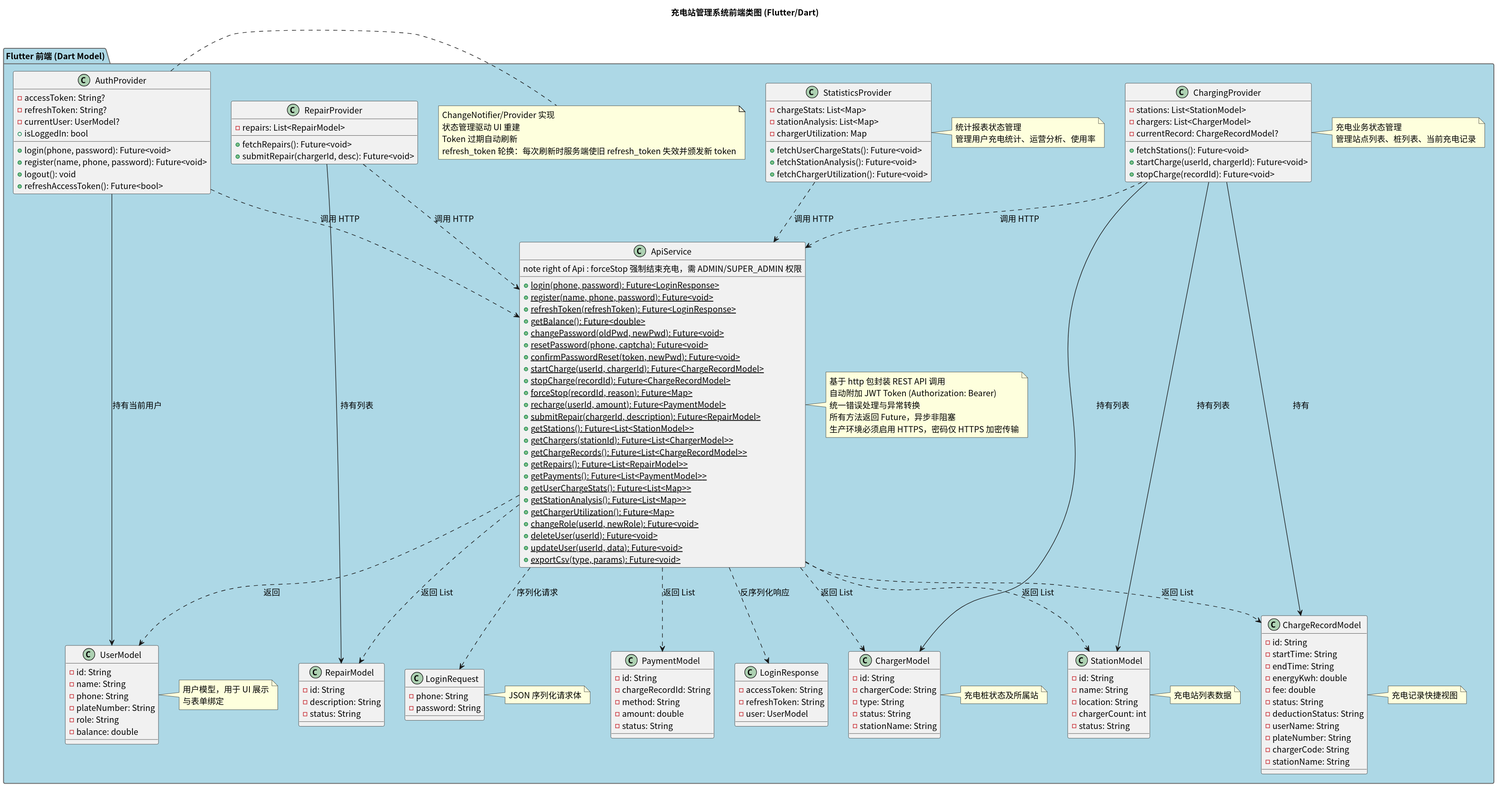
greenhandzdl/charging-station-doc keeps this PlantUML diagram as class/img/frontend_class_diagram.svg. Above is the earlier version.
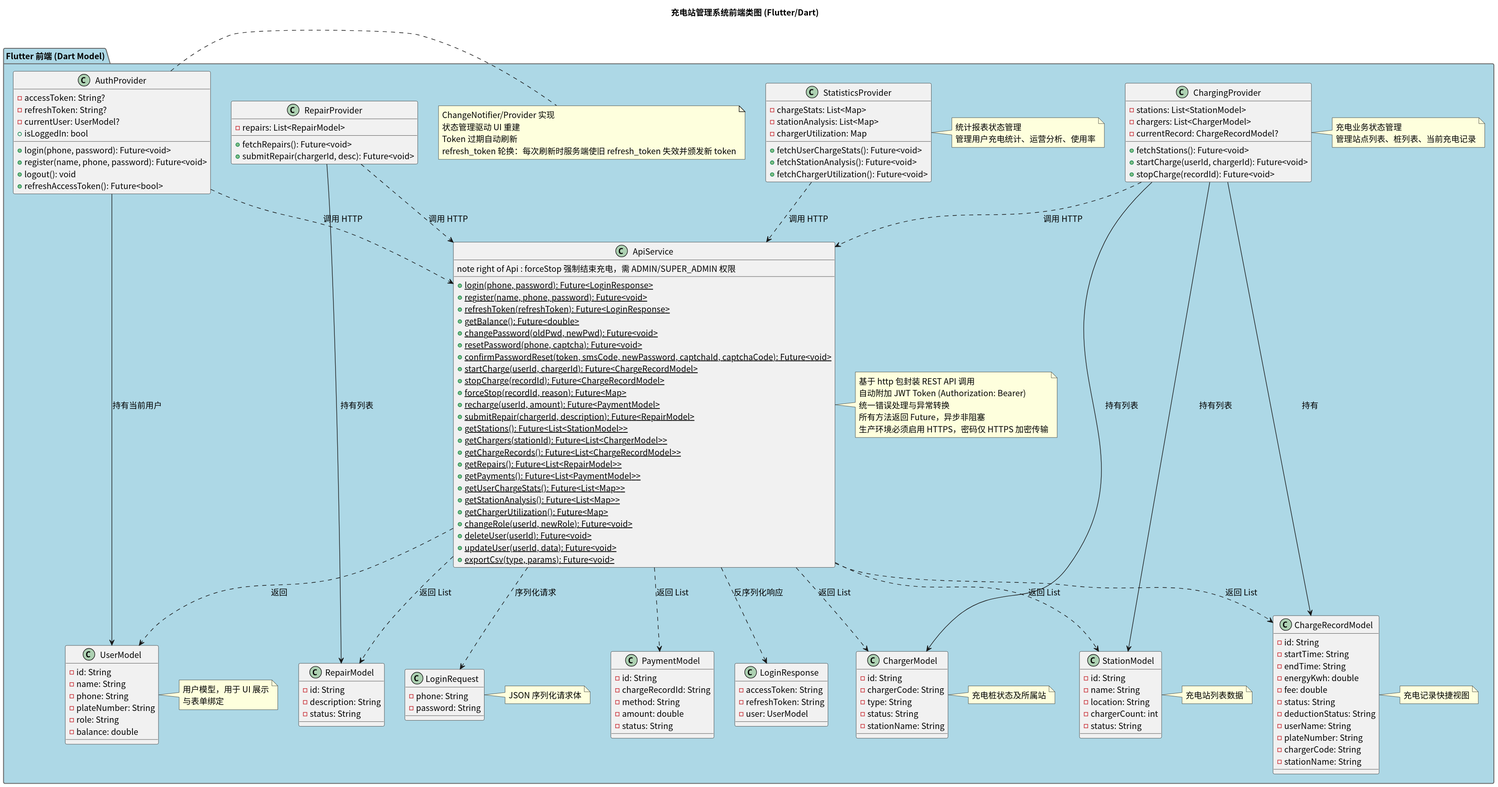
Later version of the same file.

The edit, as a diff of the source:
```diff
@@ -85,7 +85,7 @@
     + {static} getBalance(): Future<double>
     + {static} changePassword(oldPwd, newPwd): Future<void>
     + {static} resetPassword(phone, captcha): Future<void>
-    + {static} confirmPasswordReset(token, newPwd): Future<void>
+    + {static} confirmPasswordReset(token, smsCode, newPassword, captchaId, captchaCode): Future<void>
     + {static} startCharge(userId, chargerId): Future<ChargeRecordModel>
     + {static} stopCharge(recordId): Future<ChargeRecordModel>
     + {static} forceStop(recordId, reason): Future<Map>
```
